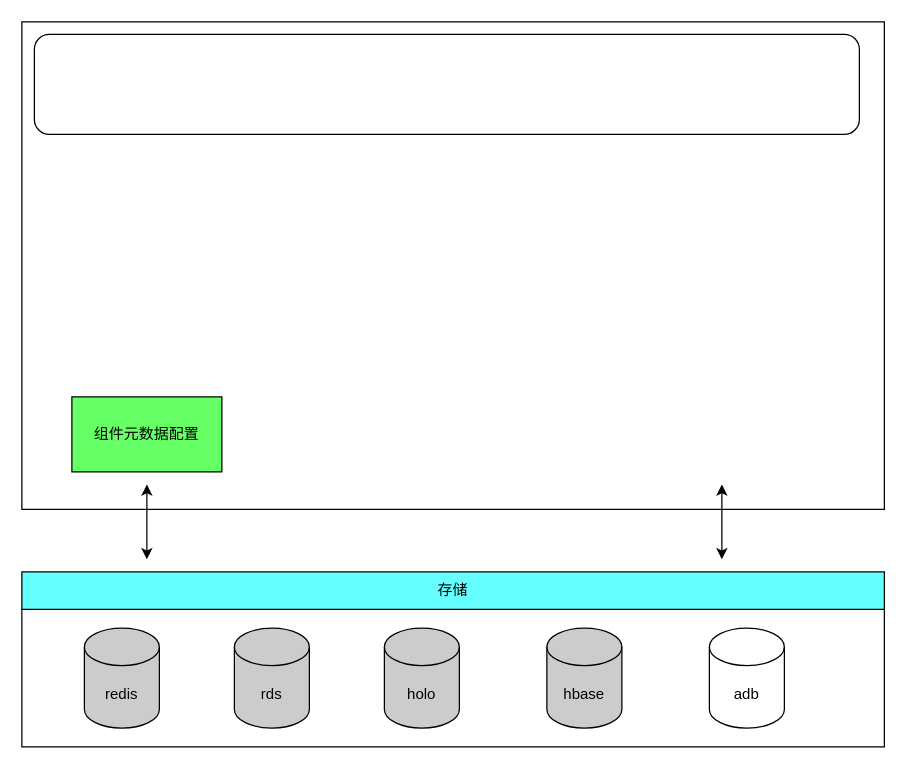
This is Untitled Diagram.drawio from 334911558/GitTest, a draw.io file, before an edit. Source tidied: cells renumbered, new cells numbered last; positions are measured from the earlier drawing's top-left corner, leaving out a move shared by most shapes. Both pictures are drawn from the tidied source at 125%, with x=0, y=0 at pixel (21, 21).
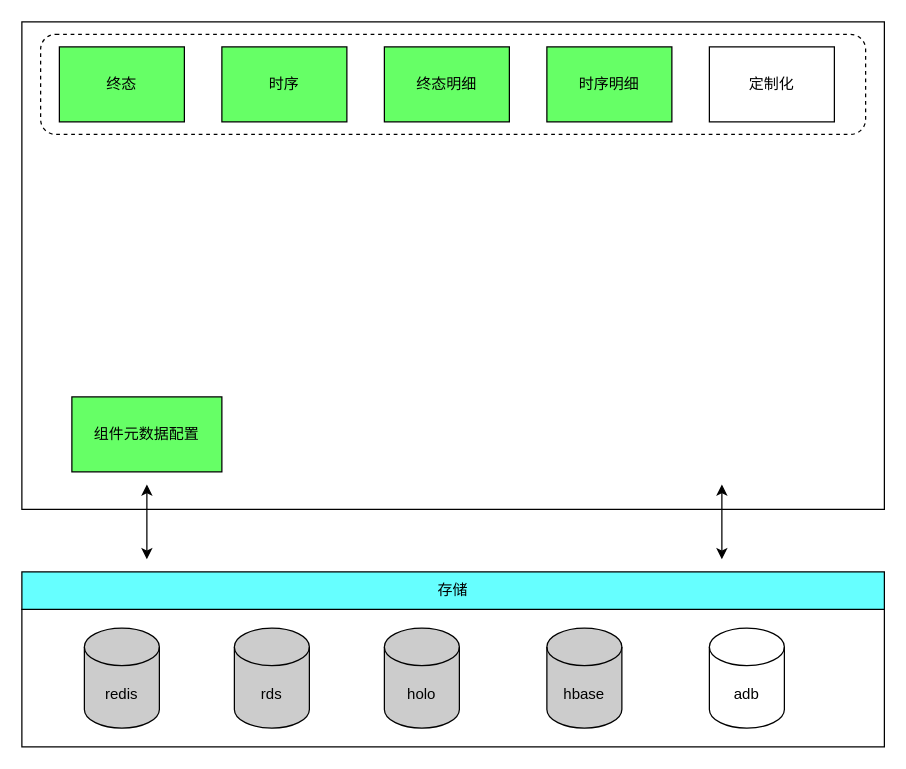
The same page after the edit.

Change to the diagram source:
```diff
@@
-    <mxCell id="13" style="rounded=1;whiteSpace=wrap;html=1;fillColor=none;" parent="1" vertex="1">
-      <mxGeometry x="10" y="10" width="660" height="80" as="geometry" />
+    <mxCell id="13" style="rounded=1;whiteSpace=wrap;html=1;fillColor=none;dashed=1;" parent="1" vertex="1">
+      <mxGeometry x="15" y="10" width="660" height="80" as="geometry" />
     </mxCell>
+    <mxCell id="14" value="终态" style="rounded=0;whiteSpace=wrap;html=1;fillColor=#66FF66;" parent="1" vertex="1">
+      <mxGeometry x="30" y="20" width="100" height="60" as="geometry" />
+    </mxCell>
+    <mxCell id="15" value="终态明细" style="rounded=0;whiteSpace=wrap;html=1;fillColor=#66FF66;" parent="1" vertex="1">
+      <mxGeometry x="290" y="20" width="100" height="60" as="geometry" />
+    </mxCell>
+    <mxCell id="16" value="时序明细" style="rounded=0;whiteSpace=wrap;html=1;fillColor=#66FF66;" parent="1" vertex="1">
+      <mxGeometry x="420" y="20" width="100" height="60" as="geometry" />
+    </mxCell>
+    <mxCell id="17" value="定制化" style="rounded=0;whiteSpace=wrap;html=1;" parent="1" vertex="1">
+      <mxGeometry x="550" y="20" width="100" height="60" as="geometry" />
+    </mxCell>
+    <mxCell id="18" value="时序" style="rounded=0;whiteSpace=wrap;html=1;fillColor=#66FF66;" parent="1" vertex="1">
+      <mxGeometry x="160" y="20" width="100" height="60" as="geometry" />
+    </mxCell>
```
